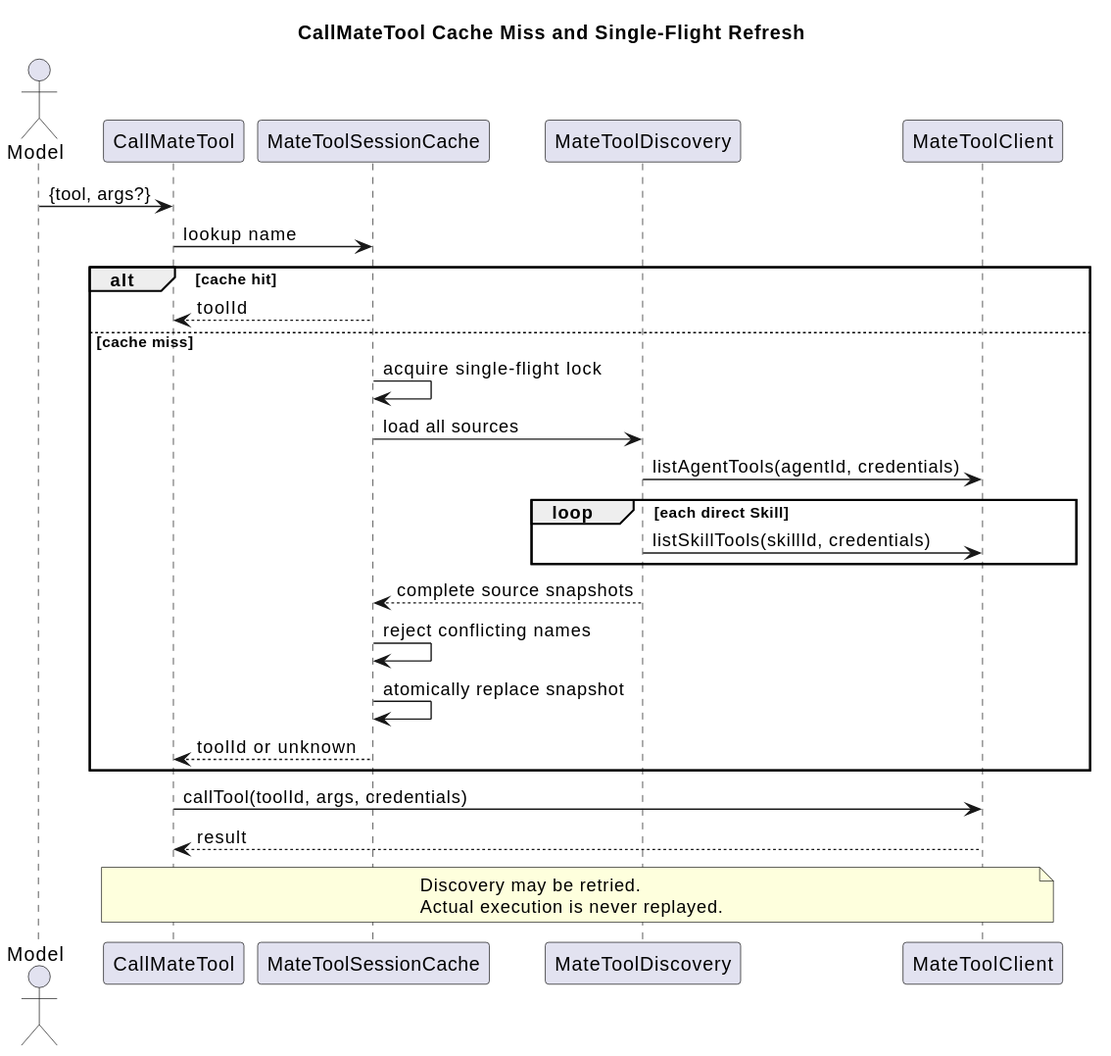
Above: docs/designs/tool-system-v2/mate_call_refresh.svg in 2862282695gjh-afk/pi-mono-java (PlantUML), before the change.
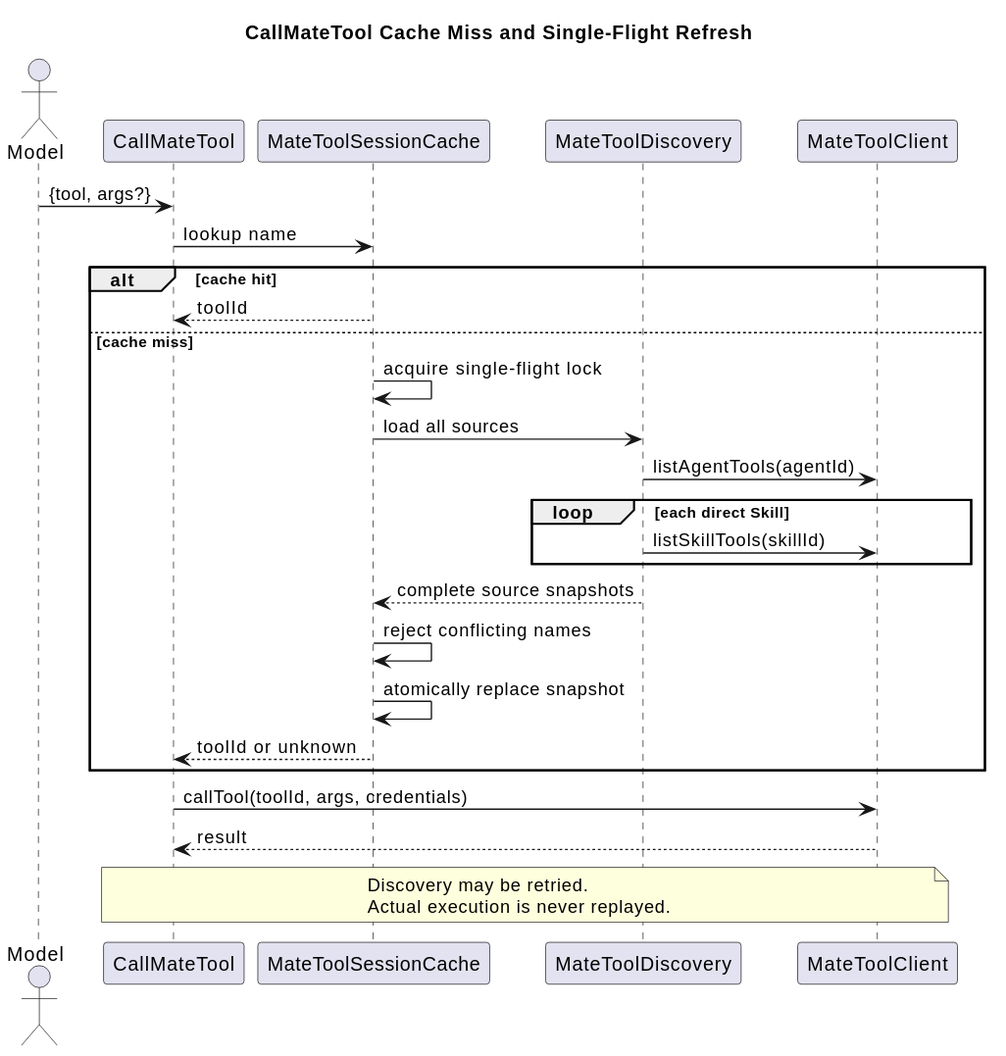
Above is the later version.

The edit, as a diff of the source:
```diff
@@ -15,9 +15,9 @@
 else cache miss
   Cache -> Cache : acquire single-flight lock
   Cache -> Discovery : load all sources
-  Discovery -> Mate : listAgentTools(agentId, credentials)
+  Discovery -> Mate : listAgentTools(agentId)
   loop each direct Skill
-    Discovery -> Mate : listSkillTools(skillId, credentials)
+    Discovery -> Mate : listSkillTools(skillId)
   end
   Discovery --> Cache : complete source snapshots
   Cache -> Cache : reject conflicting names
```
